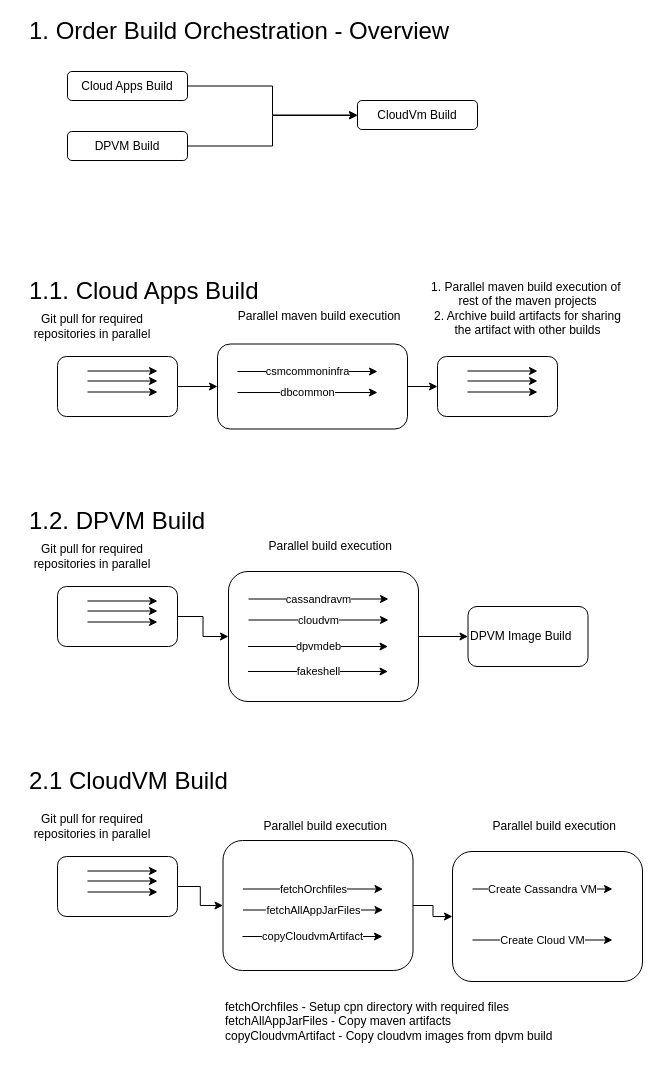
The draw.io diagram Untitled Diagram.drawio in satheesh-nainar/draw-io, before the edit. Source tidied: cells renumbered, new cells numbered last; positions are measured from the earlier drawing's top-left corner, leaving out a move shared by most shapes. Both pictures are drawn from the tidied source at 100%, with x=0, y=0 at pixel (17, 21).
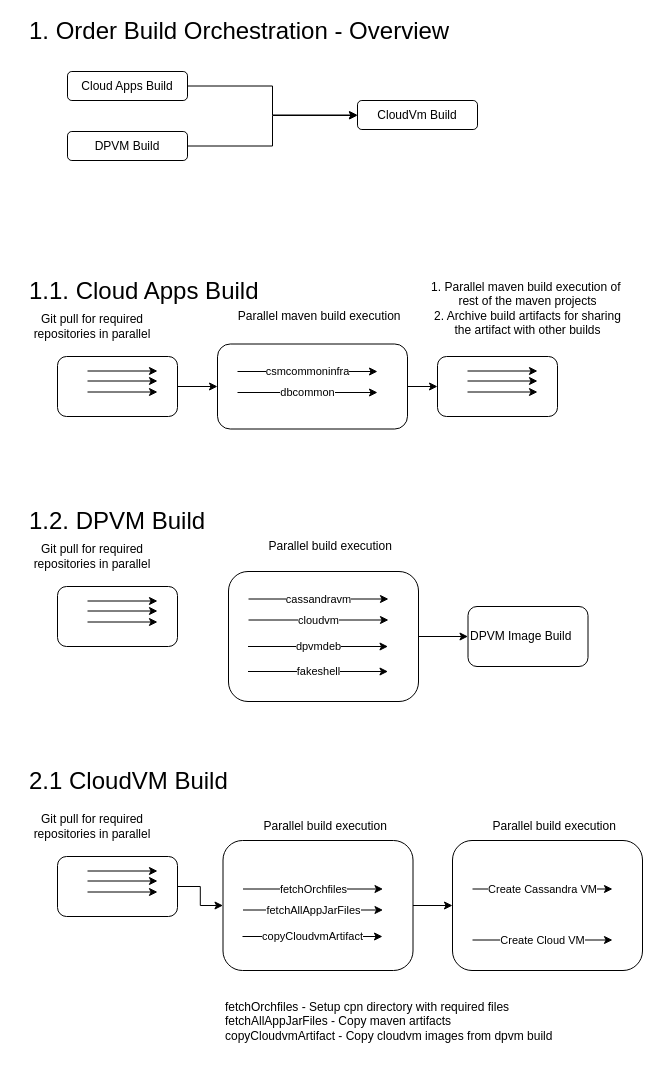
The same diagram, later.

The change refers to these unchanged cells:
```xml
<mxCell id="29" style="rounded=1;whiteSpace=wrap;html=1;fillColor=none;align=left;" parent="1" vertex="1">
  <mxGeometry x="40" y="565" width="120" height="60" as="geometry" />
</mxCell>
<mxCell id="57" style="rounded=1;whiteSpace=wrap;html=1;fillColor=none;align=left;" parent="1" vertex="1">
  <mxGeometry x="211" y="550" width="190" height="130" as="geometry" />
</mxCell>
```

The edit, as a diff of the source:
```diff
@@
     <mxCell id="2" style="rounded=1;whiteSpace=wrap;html=1;fillColor=none;align=left;" parent="1" vertex="1">
-      <mxGeometry x="435" y="830" width="190" height="130" as="geometry" />
+      <mxGeometry x="435" y="819" width="190" height="130" as="geometry" />
     </mxCell>
@@
-    <mxCell id="28" style="edgeStyle=orthogonalEdgeStyle;rounded=0;jettySize=auto;html=1;" parent="1" edge="1" source="29" target="57">
-      <mxGeometry relative="1" as="geometry" />
-    </mxCell>
```
